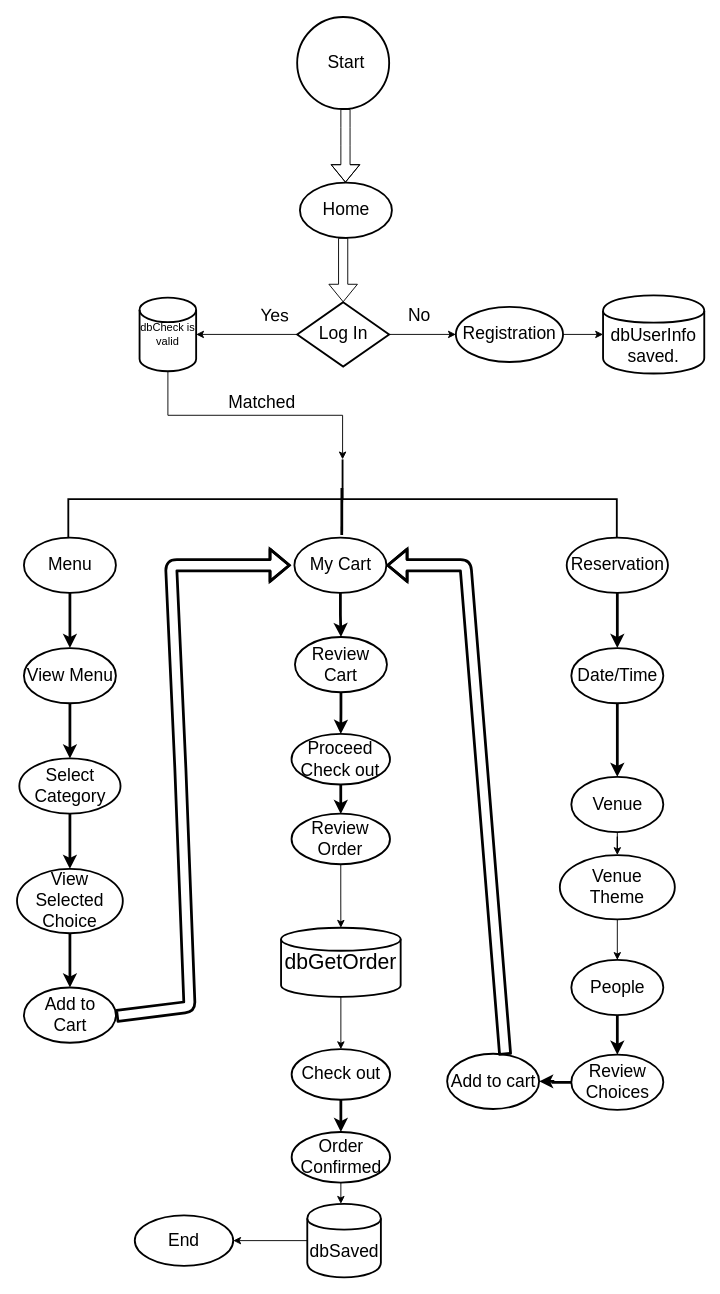
Earlier version of the draw.io diagram Untitled Diagram.drawio (rheymel/KingROMOLO). Source tidied: cells renumbered, new cells numbered last; positions are measured from the earlier drawing's top-left corner, leaving out a move shared by most shapes. Both pictures are drawn from the tidied source at 92%, with x=0, y=0 at pixel (17, 17).
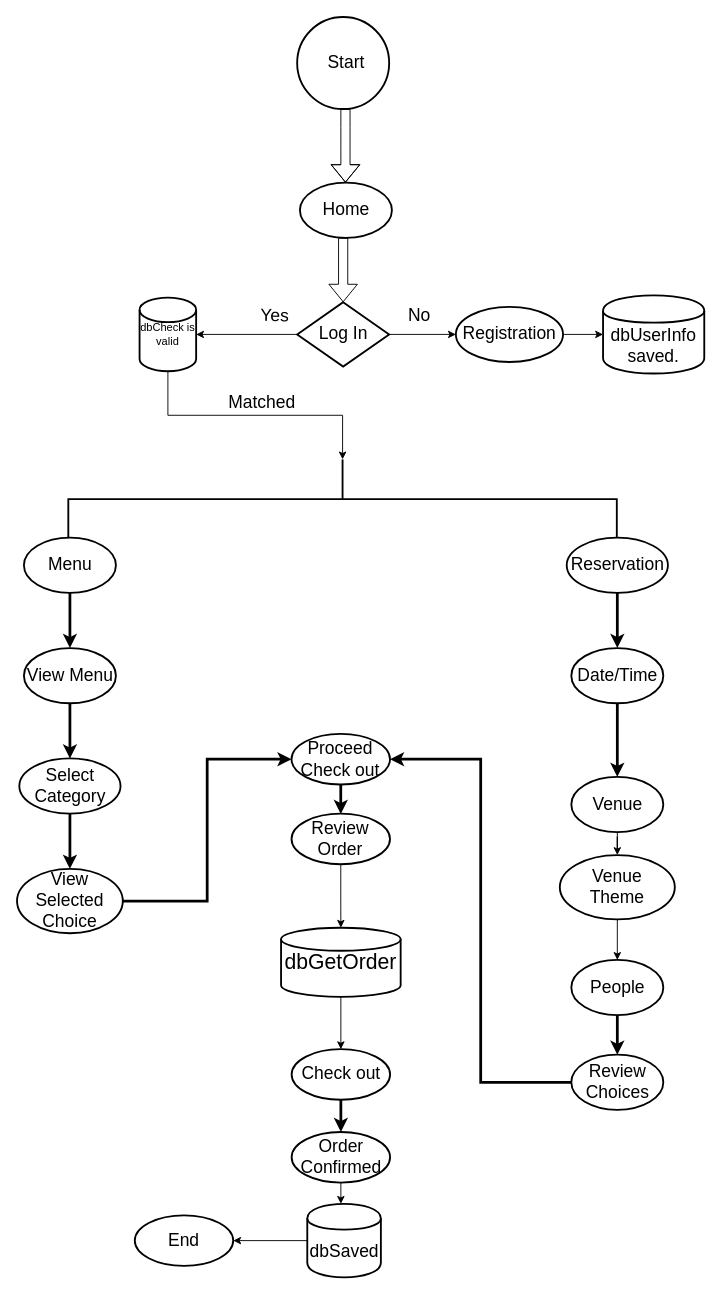
After the change.

Unchanged cells that the change refers to:
```xml
<mxCell id="22" value="View Selected Choice" style="strokeWidth=2;html=1;shape=mxgraph.flowchart.start_1;whiteSpace=wrap;fontSize=19;" parent="1" vertex="1">
  <mxGeometry y="925.9" width="115" height="70" as="geometry" />
</mxCell>
<mxCell id="39" value="Review Choices" style="strokeWidth=2;html=1;shape=mxgraph.flowchart.start_1;whiteSpace=wrap;fontSize=19;" parent="1" vertex="1">
  <mxGeometry x="602.5" y="1127.9" width="100" height="60" as="geometry" />
</mxCell>
<mxCell id="43" value="Proceed Check out" style="strokeWidth=2;html=1;shape=mxgraph.flowchart.start_1;whiteSpace=wrap;fontSize=19;" parent="1" vertex="1">
  <mxGeometry x="298.4" y="779.2" width="107" height="55" as="geometry" />
</mxCell>
```

The edit, as a diff of the source:
```diff
@@
-    <mxCell id="16" style="edgeStyle=orthogonalEdgeStyle;rounded=0;jettySize=auto;html=1;strokeWidth=3;fontSize=19;" parent="1" edge="1" source="17" target="24">
-      <mxGeometry relative="1" as="geometry" />
-    </mxCell>
-    <mxCell id="17" value="My Cart" style="strokeWidth=2;html=1;shape=mxgraph.flowchart.start_1;whiteSpace=wrap;fontSize=19;" parent="1" vertex="1">
-      <mxGeometry x="301.5" y="565.9" width="100" height="60" as="geometry" />
-    </mxCell>
-    <mxCell id="18" style="endArrow=none;html=1;fontSize=19;strokeWidth=3;" parent="1" edge="1">
-      <mxGeometry relative="1" as="geometry">
-        <mxPoint x="353" y="563" as="sourcePoint" />
-        <mxPoint x="353.1" y="511.9" as="targetPoint" />
-      </mxGeometry>
-    </mxCell>
@@
-    <mxCell id="21" style="edgeStyle=orthogonalEdgeStyle;rounded=0;jettySize=auto;html=1;strokeWidth=3;fontSize=19;" parent="1" edge="1" source="22" target="25">
+    <mxCell id="21" style="edgeStyle=orthogonalEdgeStyle;rounded=0;jettySize=auto;html=1;strokeWidth=3;fontSize=19;entryX=0;entryY=0.5;entryDx=0;entryDy=0;entryPerimeter=0;" parent="1" edge="1" source="22" target="43">
       <mxGeometry relative="1" as="geometry" />
     </mxCell>
@@
-    <mxCell id="23" style="edgeStyle=orthogonalEdgeStyle;rounded=0;jettySize=auto;html=1;strokeWidth=3;fontSize=19;" parent="1" edge="1" source="24" target="43">
-      <mxGeometry relative="1" as="geometry" />
-    </mxCell>
-    <mxCell id="24" value="Review Cart" style="strokeWidth=2;html=1;shape=mxgraph.flowchart.start_1;whiteSpace=wrap;fontSize=19;" parent="1" vertex="1">
-      <mxGeometry x="302.1" y="673.9" width="100" height="60" as="geometry" />
-    </mxCell>
-    <mxCell id="25" value="&lt;div&gt;Add to &lt;br&gt;&lt;/div&gt;&lt;div&gt;Cart&lt;br&gt;&lt;/div&gt;" style="strokeWidth=2;html=1;shape=mxgraph.flowchart.start_1;whiteSpace=wrap;fontSize=19;" parent="1" vertex="1">
-      <mxGeometry x="7.5" y="1054.9" width="100" height="60" as="geometry" />
-    </mxCell>
-    <mxCell id="26" style="shape=flexArrow;endArrow=classic;html=1;strokeWidth=3;fontSize=19;exitX=1;exitY=0.5;exitDx=0;exitDy=0;exitPerimeter=0;" parent="1" edge="1">
-      <mxGeometry relative="1" as="geometry">
-        <mxPoint x="107.5" y="1085.9" as="sourcePoint" />
-        <mxPoint x="297.5" y="595.9" as="targetPoint" />
-        <Array as="points">
-          <mxPoint x="187.5" y="1075.9" />
-          <mxPoint x="177.5" y="815.9" />
-          <mxPoint x="167.5" y="595.9" />
-        </Array>
-      </mxGeometry>
-    </mxCell>
@@
-    <mxCell id="38" style="edgeStyle=orthogonalEdgeStyle;rounded=0;jettySize=auto;html=1;strokeWidth=3;fontSize=19;" parent="1" edge="1" source="39" target="40">
+    <mxCell id="38" style="edgeStyle=orthogonalEdgeStyle;rounded=0;jettySize=auto;html=1;strokeWidth=3;fontSize=19;entryX=1;entryY=0.5;entryDx=0;entryDy=0;entryPerimeter=0;" parent="1" edge="1" source="39" target="43">
       <mxGeometry relative="1" as="geometry" />
     </mxCell>
@@
-    <mxCell id="40" value="Add to cart" style="strokeWidth=2;html=1;shape=mxgraph.flowchart.start_1;whiteSpace=wrap;fontSize=19;" parent="1" vertex="1">
-      <mxGeometry x="467.5" y="1126.9" width="100" height="60" as="geometry" />
-    </mxCell>
-    <mxCell id="41" style="shape=flexArrow;endArrow=classic;html=1;strokeWidth=3;fontSize=19;exitX=0.631;exitY=0.026;exitDx=0;exitDy=0;exitPerimeter=0;entryX=1;entryY=0.5;entryDx=0;entryDy=0;entryPerimeter=0;" parent="1" edge="1" source="40" target="17">
-      <mxGeometry relative="1" as="geometry">
-        <Array as="points">
-          <mxPoint x="487.5" y="595.9" />
-        </Array>
-      </mxGeometry>
-    </mxCell>
```
